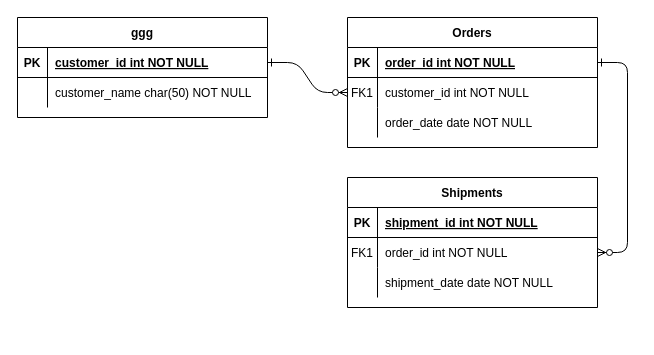
This is Untitled Diagram.drawio from CZ2007-Group-2/Group2, a draw.io file, before an edit. Source tidied: cells renumbered, new cells numbered last; positions are measured from the earlier drawing's top-left corner, leaving out a move shared by most shapes. Both pictures are drawn from the tidied source at 100%, with x=0, y=0 at pixel (17, 17).
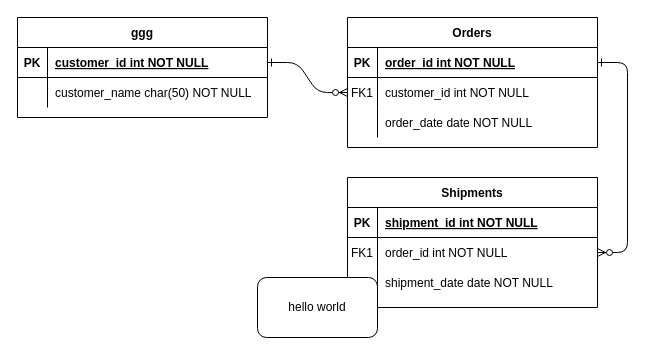
The same diagram, later.

Diff of the diagram source:
```diff
@@
+    <mxCell id="31" value="hello world&lt;br&gt;" style="rounded=1;whiteSpace=wrap;html=1;" parent="1" vertex="1">
+      <mxGeometry x="240" y="260" width="120" height="60" as="geometry" />
+    </mxCell>
```
